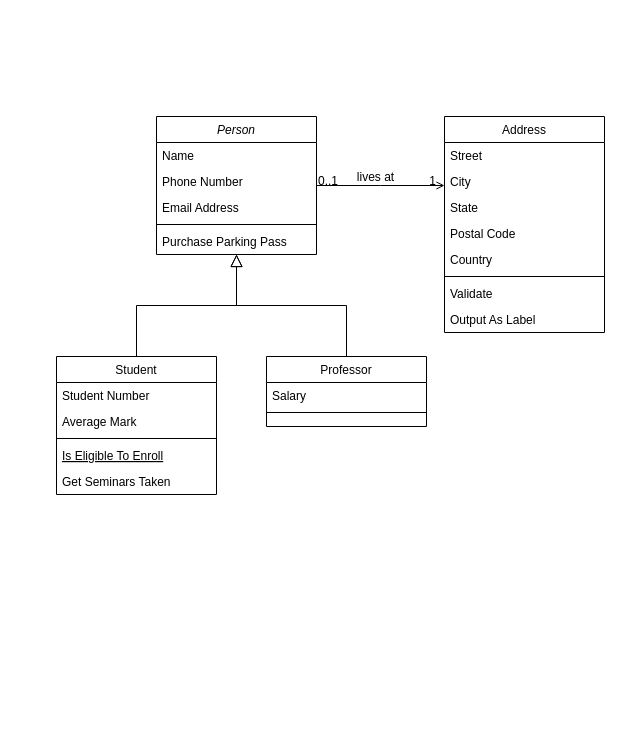
This is p8.drawio from alan-carrasco/Pr-ctica, a draw.io file, before an edit. Source tidied: cells renumbered, new cells numbered last; positions are measured from the earlier drawing's top-left corner, leaving out a move shared by most shapes. Both pictures are drawn from the tidied source at 100%, with x=0, y=0 at pixel (56, 116).
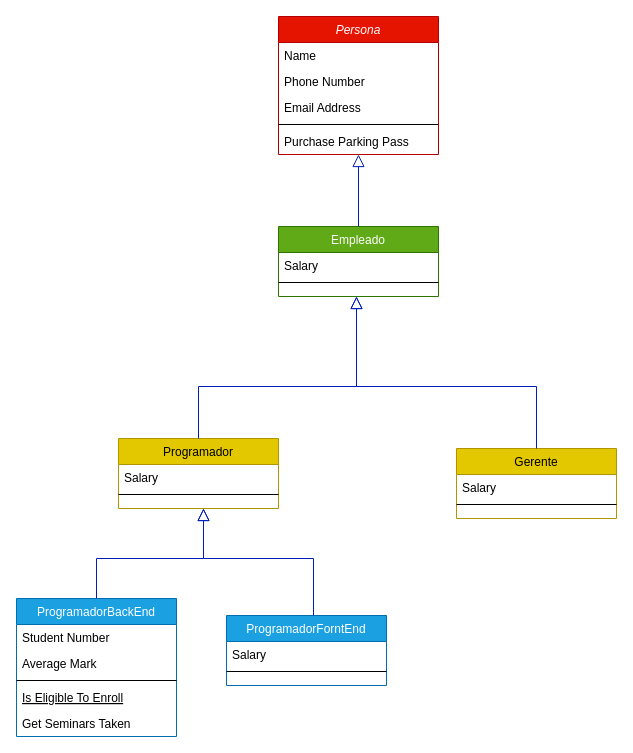
After the change.

What changed in the source:
```diff
@@
-    <mxCell id="2" value="Person" style="swimlane;fontStyle=2;align=center;verticalAlign=top;horizontal=1;startSize=26;rounded=0;shadow=0;strokeWidth=1;" parent="1" vertex="1">
-      <mxGeometry x="100" width="160" height="138" as="geometry" />
+    <mxCell id="2" value="Persona" style="swimlane;fontStyle=2;align=center;verticalAlign=top;horizontal=1;startSize=26;rounded=0;shadow=0;strokeWidth=1;fillColor=#e51400;fontColor=#ffffff;strokeColor=#B20000;" parent="1" vertex="1">
+      <mxGeometry x="222" y="-100" width="160" height="138" as="geometry" />
     </mxCell>
@@
-    <mxCell id="8" value="Student" style="swimlane;fontStyle=0;align=center;verticalAlign=top;horizontal=1;startSize=26;rounded=0;shadow=0;strokeWidth=1;" parent="1" vertex="1">
-      <mxGeometry y="240" width="160" height="138" as="geometry" />
-    </mxCell>
+    <mxCell id="15" value="Empleado" style="swimlane;fontStyle=0;align=center;verticalAlign=top;horizontal=1;startSize=26;rounded=0;shadow=0;strokeWidth=1;fillColor=#60a917;fontColor=#ffffff;strokeColor=#2D7600;" parent="1" vertex="1">
+      <mxGeometry x="222" y="110" width="160" height="70" as="geometry" />
+    </mxCell>
+    <mxCell id="16" value="Salary" style="text;align=left;verticalAlign=top;spacingLeft=4;spacingRight=4;overflow=hidden;" parent="15" vertex="1">
+      <mxGeometry y="26" width="160" height="26" as="geometry" />
+    </mxCell>
+    <mxCell id="17" style="line;html=1;strokeWidth=1;align=left;verticalAlign=middle;spacingTop=-1;spacingLeft=3;spacingRight=3;labelPosition=right;" parent="15" vertex="1">
+      <mxGeometry y="52" width="160" height="8" as="geometry" />
+    </mxCell>
+    <mxCell id="18" style="endArrow=block;endSize=10;endFill=0;shadow=0;strokeWidth=1;rounded=0;edgeStyle=elbowEdgeStyle;elbow=vertical;fillColor=#0050ef;strokeColor=#001DBC;" parent="1" edge="1" target="2">
+      <mxGeometry relative="1" as="geometry">
+        <mxPoint x="302" y="110" as="sourcePoint" />
+        <Array as="points">
+          <mxPoint x="302" y="110" />
+        </Array>
+      </mxGeometry>
+    </mxCell>
+    <mxCell id="32" value="ProgramadorBackEnd" style="swimlane;fontStyle=0;align=center;verticalAlign=top;horizontal=1;startSize=26;rounded=0;shadow=0;strokeWidth=1;fillColor=#1ba1e2;fontColor=#ffffff;strokeColor=#006EAF;" parent="1" vertex="1">
+      <mxGeometry x="-40" y="482" width="160" height="138" as="geometry" />
+    </mxCell>
-    <mxCell id="9" value="Student Number" style="text;align=left;verticalAlign=top;spacingLeft=4;spacingRight=4;overflow=hidden;" parent="8" vertex="1">
+    <mxCell id="9" value="Student Number" style="text;align=left;verticalAlign=top;spacingLeft=4;spacingRight=4;overflow=hidden;" parent="32" vertex="1">
       <mxGeometry y="26" width="160" height="26" as="geometry" />
     </mxCell>
-    <mxCell id="10" value="Average Mark" style="text;align=left;verticalAlign=top;spacingLeft=4;spacingRight=4;overflow=hidden;rounded=0;shadow=0;html=0;" parent="8" vertex="1">
+    <mxCell id="10" value="Average Mark" style="text;align=left;verticalAlign=top;spacingLeft=4;spacingRight=4;overflow=hidden;rounded=0;shadow=0;html=0;" parent="32" vertex="1">
       <mxGeometry y="52" width="160" height="26" as="geometry" />
     </mxCell>
-    <mxCell id="11" style="line;html=1;strokeWidth=1;align=left;verticalAlign=middle;spacingTop=-1;spacingLeft=3;spacingRight=3;labelPosition=right;" parent="8" vertex="1">
+    <mxCell id="11" style="line;html=1;strokeWidth=1;align=left;verticalAlign=middle;spacingTop=-1;spacingLeft=3;spacingRight=3;labelPosition=right;" parent="32" vertex="1">
       <mxGeometry y="78" width="160" height="8" as="geometry" />
     </mxCell>
-    <mxCell id="12" value="Is Eligible To Enroll" style="text;align=left;verticalAlign=top;spacingLeft=4;spacingRight=4;overflow=hidden;fontStyle=4;" parent="8" vertex="1">
+    <mxCell id="12" value="Is Eligible To Enroll" style="text;align=left;verticalAlign=top;spacingLeft=4;spacingRight=4;overflow=hidden;fontStyle=4;" parent="32" vertex="1">
       <mxGeometry y="86" width="160" height="26" as="geometry" />
     </mxCell>
-    <mxCell id="13" value="Get Seminars Taken" style="text;align=left;verticalAlign=top;spacingLeft=4;spacingRight=4;overflow=hidden;" parent="8" vertex="1">
+    <mxCell id="13" value="Get Seminars Taken" style="text;align=left;verticalAlign=top;spacingLeft=4;spacingRight=4;overflow=hidden;" parent="32" vertex="1">
       <mxGeometry y="112" width="160" height="26" as="geometry" />
     </mxCell>
-    <mxCell id="14" style="endArrow=block;endSize=10;endFill=0;shadow=0;strokeWidth=1;rounded=0;edgeStyle=elbowEdgeStyle;elbow=vertical;" parent="1" edge="1" source="8" target="2">
-      <mxGeometry relative="1" as="geometry" />
-    </mxCell>
-    <mxCell id="15" value="Professor" style="swimlane;fontStyle=0;align=center;verticalAlign=top;horizontal=1;startSize=26;rounded=0;shadow=0;strokeWidth=1;" parent="1" vertex="1">
-      <mxGeometry x="210" y="240" width="160" height="70" as="geometry" />
-    </mxCell>
-    <mxCell id="16" value="Salary" style="text;align=left;verticalAlign=top;spacingLeft=4;spacingRight=4;overflow=hidden;" parent="15" vertex="1">
-      <mxGeometry y="26" width="160" height="26" as="geometry" />
-    </mxCell>
-    <mxCell id="17" style="line;html=1;strokeWidth=1;align=left;verticalAlign=middle;spacingTop=-1;spacingLeft=3;spacingRight=3;labelPosition=right;" parent="15" vertex="1">
-      <mxGeometry y="52" width="160" height="8" as="geometry" />
-    </mxCell>
-    <mxCell id="18" style="endArrow=block;endSize=10;endFill=0;shadow=0;strokeWidth=1;rounded=0;edgeStyle=elbowEdgeStyle;elbow=vertical;" parent="1" edge="1" source="15" target="2">
-      <mxGeometry relative="1" as="geometry" />
-    </mxCell>
-    <mxCell id="19" value="Address" style="swimlane;fontStyle=0;align=center;verticalAlign=top;horizontal=1;startSize=26;rounded=0;shadow=0;strokeWidth=1;" parent="1" vertex="1">
-      <mxGeometry x="388" width="160" height="216" as="geometry" />
-    </mxCell>
-    <mxCell id="20" value="Street" style="text;align=left;verticalAlign=top;spacingLeft=4;spacingRight=4;overflow=hidden;" parent="19" vertex="1">
-      <mxGeometry y="26" width="160" height="26" as="geometry" />
-    </mxCell>
-    <mxCell id="21" value="City" style="text;align=left;verticalAlign=top;spacingLeft=4;spacingRight=4;overflow=hidden;rounded=0;shadow=0;html=0;" parent="19" vertex="1">
-      <mxGeometry y="52" width="160" height="26" as="geometry" />
-    </mxCell>
-    <mxCell id="22" value="State" style="text;align=left;verticalAlign=top;spacingLeft=4;spacingRight=4;overflow=hidden;rounded=0;shadow=0;html=0;" parent="19" vertex="1">
-      <mxGeometry y="78" width="160" height="26" as="geometry" />
-    </mxCell>
-    <mxCell id="23" value="Postal Code" style="text;align=left;verticalAlign=top;spacingLeft=4;spacingRight=4;overflow=hidden;rounded=0;shadow=0;html=0;" parent="19" vertex="1">
-      <mxGeometry y="104" width="160" height="26" as="geometry" />
-    </mxCell>
-    <mxCell id="24" value="Country" style="text;align=left;verticalAlign=top;spacingLeft=4;spacingRight=4;overflow=hidden;rounded=0;shadow=0;html=0;" parent="19" vertex="1">
-      <mxGeometry y="130" width="160" height="26" as="geometry" />
-    </mxCell>
-    <mxCell id="25" style="line;html=1;strokeWidth=1;align=left;verticalAlign=middle;spacingTop=-1;spacingLeft=3;spacingRight=3;labelPosition=right;" parent="19" vertex="1">
-      <mxGeometry y="156" width="160" height="8" as="geometry" />
-    </mxCell>
-    <mxCell id="26" value="Validate" style="text;align=left;verticalAlign=top;spacingLeft=4;spacingRight=4;overflow=hidden;" parent="19" vertex="1">
-      <mxGeometry y="164" width="160" height="26" as="geometry" />
-    </mxCell>
-    <mxCell id="27" value="Output As Label" style="text;align=left;verticalAlign=top;spacingLeft=4;spacingRight=4;overflow=hidden;" parent="19" vertex="1">
-      <mxGeometry y="190" width="160" height="26" as="geometry" />
-    </mxCell>
-    <mxCell id="28" style="endArrow=open;shadow=0;strokeWidth=1;rounded=0;endFill=1;edgeStyle=elbowEdgeStyle;elbow=vertical;" parent="1" edge="1" source="2" target="19">
-      <mxGeometry x="0.5" y="41" relative="1" as="geometry">
-        <mxPoint x="-40" y="32" as="offset" />
-      </mxGeometry>
-    </mxCell>
-    <mxCell id="29" value="0..1" style="align=left;verticalAlign=bottom;labelBackgroundColor=none;fontSize=12;" parent="28" vertex="1">
-      <mxGeometry x="-1" relative="1" as="geometry">
-        <mxPoint y="4" as="offset" />
-      </mxGeometry>
-    </mxCell>
-    <mxCell id="30" value="1" style="align=right;verticalAlign=bottom;labelBackgroundColor=none;fontSize=12;" parent="28" vertex="1">
-      <mxGeometry x="1" relative="1" as="geometry">
-        <mxPoint x="-7" y="4" as="offset" />
-      </mxGeometry>
-    </mxCell>
-    <mxCell id="31" value="lives at" style="text;html=1;align=center;verticalAlign=middle;labelBackgroundColor=none;rounded=0;shadow=0;strokeWidth=1;fontSize=12;" parent="28" vertex="1">
-      <mxGeometry x="0.5" y="49" relative="1" as="geometry">
-        <mxPoint x="-38" y="40" as="offset" />
-      </mxGeometry>
-    </mxCell>
+    <mxCell id="33" style="endArrow=block;endSize=10;endFill=0;shadow=0;strokeWidth=1;rounded=0;edgeStyle=elbowEdgeStyle;elbow=vertical;fillColor=#0050ef;strokeColor=#001DBC;" parent="1" edge="1" source="32">
+      <mxGeometry relative="1" as="geometry">
+        <mxPoint x="147" y="392" as="targetPoint" />
+        <Array as="points">
+          <mxPoint x="40" y="442" />
+          <mxPoint x="147" y="268" />
+        </Array>
+      </mxGeometry>
+    </mxCell>
+    <mxCell id="34" value="ProgramadorForntEnd" style="swimlane;fontStyle=0;align=center;verticalAlign=top;horizontal=1;startSize=26;rounded=0;shadow=0;strokeWidth=1;fillColor=#1ba1e2;fontColor=#ffffff;strokeColor=#006EAF;" parent="1" vertex="1">
+      <mxGeometry x="170" y="499" width="160" height="70" as="geometry" />
+    </mxCell>
+    <mxCell id="35" value="Salary" style="text;align=left;verticalAlign=top;spacingLeft=4;spacingRight=4;overflow=hidden;" parent="34" vertex="1">
+      <mxGeometry y="26" width="160" height="26" as="geometry" />
+    </mxCell>
+    <mxCell id="36" style="line;html=1;strokeWidth=1;align=left;verticalAlign=middle;spacingTop=-1;spacingLeft=3;spacingRight=3;labelPosition=right;" parent="34" vertex="1">
+      <mxGeometry y="52" width="160" height="8" as="geometry" />
+    </mxCell>
+    <mxCell id="37" style="endArrow=block;endSize=10;endFill=0;shadow=0;strokeWidth=1;rounded=0;edgeStyle=elbowEdgeStyle;elbow=vertical;fillColor=#0050ef;strokeColor=#001DBC;" parent="1" edge="1" source="34">
+      <mxGeometry relative="1" as="geometry">
+        <mxPoint x="147" y="392" as="targetPoint" />
+        <Array as="points">
+          <mxPoint x="257" y="442" />
+          <mxPoint x="147" y="268" />
+        </Array>
+      </mxGeometry>
+    </mxCell>
+    <mxCell id="38" value="Programador" style="swimlane;fontStyle=0;align=center;verticalAlign=top;horizontal=1;startSize=26;rounded=0;shadow=0;strokeWidth=1;fillColor=#e3c800;fontColor=#000000;strokeColor=#B09500;" parent="1" vertex="1">
+      <mxGeometry x="62" y="322" width="160" height="70" as="geometry" />
+    </mxCell>
+    <mxCell id="39" value="Salary" style="text;align=left;verticalAlign=top;spacingLeft=4;spacingRight=4;overflow=hidden;" parent="38" vertex="1">
+      <mxGeometry y="26" width="160" height="26" as="geometry" />
+    </mxCell>
+    <mxCell id="40" style="line;html=1;strokeWidth=1;align=left;verticalAlign=middle;spacingTop=-1;spacingLeft=3;spacingRight=3;labelPosition=right;" parent="38" vertex="1">
+      <mxGeometry y="52" width="160" height="8" as="geometry" />
+    </mxCell>
+    <mxCell id="41" style="endArrow=block;endSize=10;endFill=0;shadow=0;strokeWidth=1;rounded=0;edgeStyle=elbowEdgeStyle;elbow=vertical;fillColor=#0050ef;strokeColor=#001DBC;" parent="1" edge="1">
+      <mxGeometry relative="1" as="geometry">
+        <mxPoint x="142" y="322" as="sourcePoint" />
+        <mxPoint x="300" y="180" as="targetPoint" />
+        <Array as="points">
+          <mxPoint x="280" y="270" />
+        </Array>
+      </mxGeometry>
+    </mxCell>
+    <mxCell id="42" value="Gerente" style="swimlane;fontStyle=0;align=center;verticalAlign=top;horizontal=1;startSize=26;rounded=0;shadow=0;strokeWidth=1;fillColor=#e3c800;fontColor=#000000;strokeColor=#B09500;" parent="1" vertex="1">
+      <mxGeometry x="400" y="332" width="160" height="70" as="geometry" />
+    </mxCell>
+    <mxCell id="43" value="Salary" style="text;align=left;verticalAlign=top;spacingLeft=4;spacingRight=4;overflow=hidden;" parent="42" vertex="1">
+      <mxGeometry y="26" width="160" height="26" as="geometry" />
+    </mxCell>
+    <mxCell id="44" style="line;html=1;strokeWidth=1;align=left;verticalAlign=middle;spacingTop=-1;spacingLeft=3;spacingRight=3;labelPosition=right;" parent="42" vertex="1">
+      <mxGeometry y="52" width="160" height="8" as="geometry" />
+    </mxCell>
+    <mxCell id="45" style="endArrow=block;endSize=10;endFill=0;shadow=0;strokeWidth=1;rounded=0;edgeStyle=elbowEdgeStyle;elbow=vertical;fillColor=#0050ef;strokeColor=#001DBC;" parent="1" edge="1">
+      <mxGeometry relative="1" as="geometry">
+        <mxPoint x="480" y="332" as="sourcePoint" />
+        <mxPoint x="300" y="180" as="targetPoint" />
+        <Array as="points">
+          <mxPoint x="390" y="270" />
+        </Array>
+      </mxGeometry>
+    </mxCell>
```
